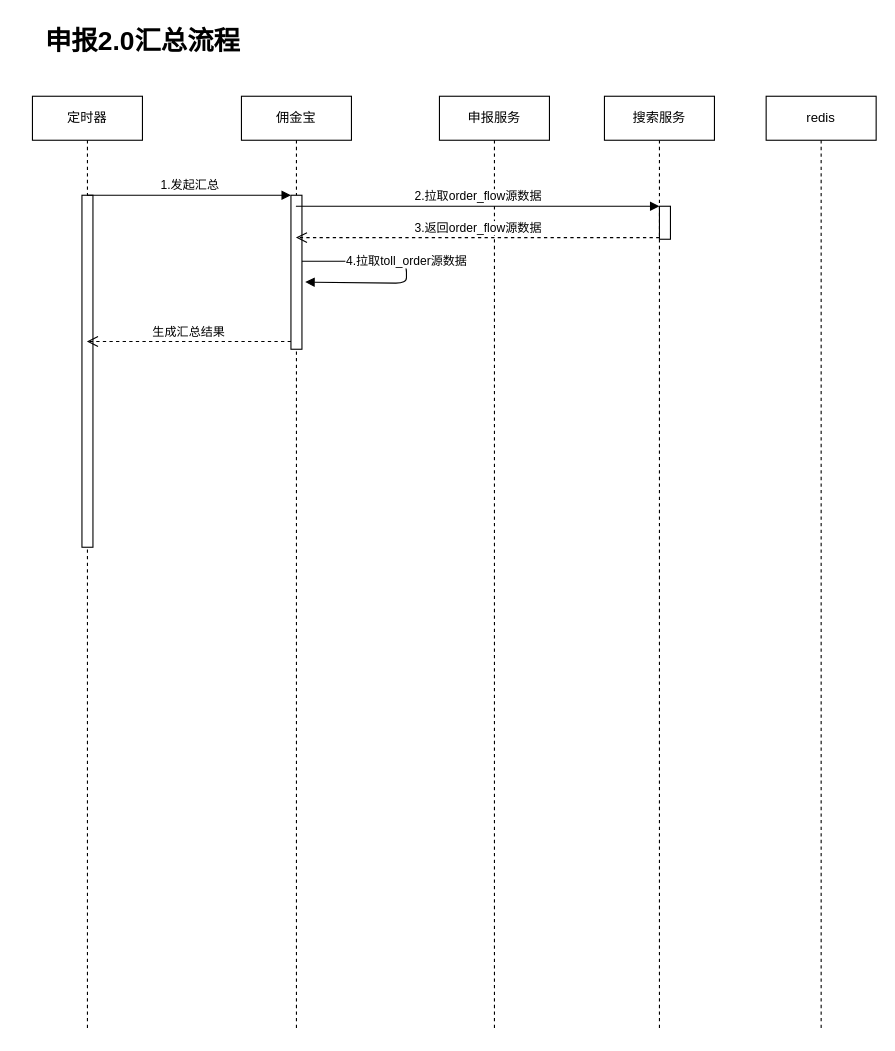
The draw.io diagram page "申报2.0-汇总时序图" (1 of 2) of declare-2.0.drawio in zhuobinchan/my_drow_io, before the edit. Source tidied: cells renumbered, new cells numbered last; positions are measured from the earlier drawing's top-left corner, leaving out a move shared by most shapes. Both pictures are drawn from the tidied source at 110%, with x=0, y=0 at pixel (32, 19).
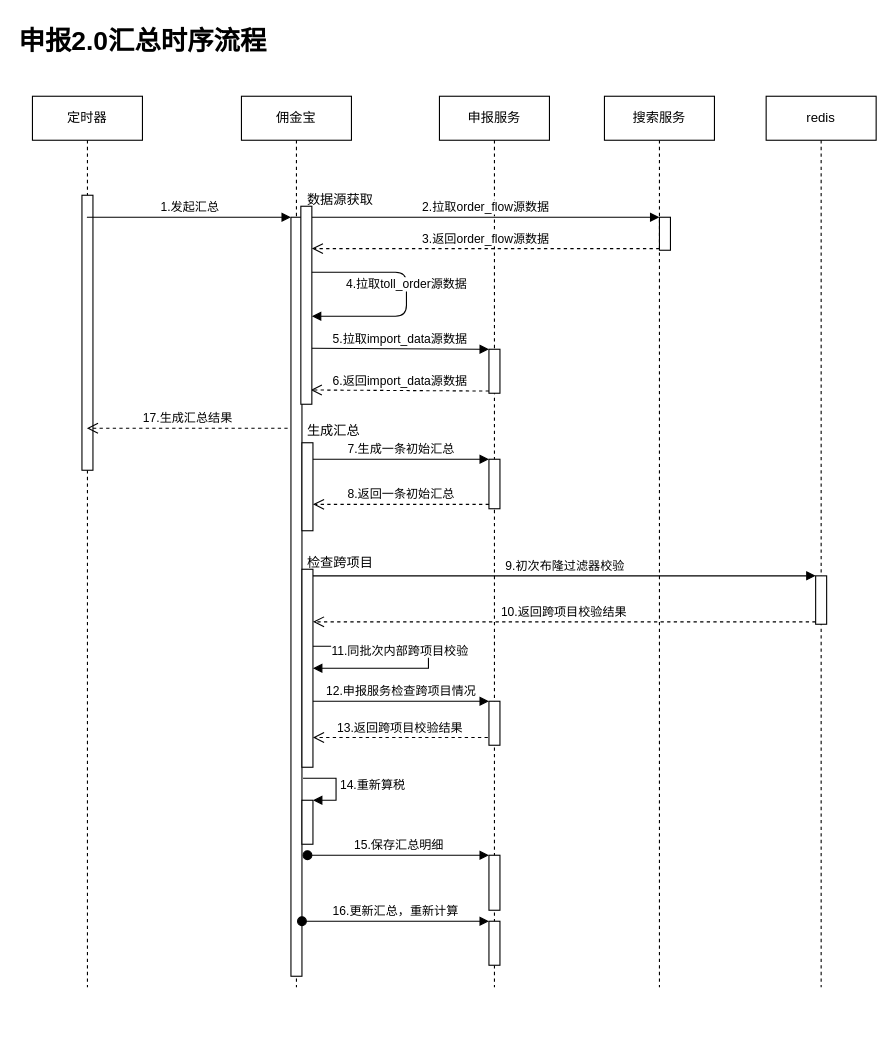
The same diagram, later.

What changed in the source:
```diff
@@
     <mxCell id="2" value="定时器" style="shape=umlLifeline;perimeter=lifelinePerimeter;whiteSpace=wrap;html=1;outlineConnect=0;" parent="1" vertex="1">
-      <mxGeometry y="70" width="100" height="850" as="geometry" />
+      <mxGeometry y="70" width="100" height="810" as="geometry" />
     </mxCell>
     <mxCell id="3" style="html=1;perimeter=orthogonalPerimeter;" parent="2" vertex="1">
-      <mxGeometry x="45" y="90" width="10" height="320" as="geometry" />
+      <mxGeometry x="45" y="90" width="10" height="250" as="geometry" />
     </mxCell>
     <mxCell id="4" value="佣金宝" style="shape=umlLifeline;perimeter=lifelinePerimeter;whiteSpace=wrap;html=1;outlineConnect=0;" parent="1" vertex="1">
-      <mxGeometry x="190" y="70" width="100" height="850" as="geometry" />
+      <mxGeometry x="190" y="70" width="100" height="810" as="geometry" />
     </mxCell>
     <mxCell id="5" style="html=1;points=[];perimeter=orthogonalPerimeter;" parent="4" vertex="1">
-      <mxGeometry x="45" y="90" width="10" height="140" as="geometry" />
+      <mxGeometry x="45" y="110" width="10" height="690" as="geometry" />
     </mxCell>
-    <mxCell id="6" value="4.拉取toll_order源数据" style="html=1;verticalAlign=bottom;endArrow=block;entryX=1.3;entryY=0.564;entryDx=0;entryDy=0;entryPerimeter=0;" parent="4" edge="1" source="5" target="5">
-      <mxGeometry relative="1" as="geometry">
-        <Array as="points">
-          <mxPoint x="150" y="160" />
-        </Array>
-      </mxGeometry>
-    </mxCell>
+    <mxCell id="16" style="html=1;points=[];perimeter=orthogonalPerimeter;" parent="4" vertex="1">
+      <mxGeometry x="55" y="315" width="10" height="80" as="geometry" />
+    </mxCell>
+    <mxCell id="17" style="html=1;points=[];perimeter=orthogonalPerimeter;" parent="4" vertex="1">
+      <mxGeometry x="55" y="430" width="10" height="180" as="geometry" />
+    </mxCell>
+    <mxCell id="18" style="edgeStyle=orthogonalEdgeStyle;html=1;align=left;spacingLeft=2;endArrow=block;rounded=0;" parent="4" edge="1" source="17" target="17">
+      <mxGeometry relative="1" as="geometry">
+        <Array as="points">
+          <mxPoint x="170" y="500" />
+          <mxPoint x="170" y="520" />
+        </Array>
+      </mxGeometry>
+    </mxCell>
+    <mxCell id="19" value="&lt;span style=&quot;text-align: left&quot;&gt;11.同批次内部跨项目校验&lt;/span&gt;" style="edgeLabel;html=1;align=center;verticalAlign=middle;" parent="18" vertex="1">
+      <mxGeometry x="-0.32" y="-3" relative="1" as="geometry" />
+    </mxCell>
+    <mxCell id="20" style="html=1;points=[];perimeter=orthogonalPerimeter;" parent="4" vertex="1">
+      <mxGeometry x="55" y="640" width="10" height="40" as="geometry" />
+    </mxCell>
+    <mxCell id="21" value="14.重新算税" style="edgeStyle=orthogonalEdgeStyle;html=1;align=left;spacingLeft=2;endArrow=block;rounded=0;entryX=1;entryY=0;" parent="4" edge="1" target="20">
+      <mxGeometry relative="1" as="geometry">
+        <mxPoint x="56" y="620" as="sourcePoint" />
+        <Array as="points">
+          <mxPoint x="86" y="620" />
+        </Array>
+      </mxGeometry>
+    </mxCell>
     <mxCell id="7" value="申报服务" style="shape=umlLifeline;perimeter=lifelinePerimeter;whiteSpace=wrap;html=1;" parent="1" vertex="1">
-      <mxGeometry x="370" y="70" width="100" height="850" as="geometry" />
+      <mxGeometry x="370" y="70" width="100" height="810" as="geometry" />
     </mxCell>
+    <mxCell id="22" style="html=1;points=[];perimeter=orthogonalPerimeter;" parent="7" vertex="1">
+      <mxGeometry x="45" y="230" width="10" height="40" as="geometry" />
+    </mxCell>
+    <mxCell id="23" style="html=1;points=[];perimeter=orthogonalPerimeter;" parent="7" vertex="1">
+      <mxGeometry x="45" y="330" width="10" height="45" as="geometry" />
+    </mxCell>
+    <mxCell id="24" style="html=1;points=[];perimeter=orthogonalPerimeter;" parent="7" vertex="1">
+      <mxGeometry x="45" y="550" width="10" height="40" as="geometry" />
+    </mxCell>
+    <mxCell id="25" style="html=1;points=[];perimeter=orthogonalPerimeter;" parent="7" vertex="1">
+      <mxGeometry x="45" y="690" width="10" height="50" as="geometry" />
+    </mxCell>
+    <mxCell id="26" style="html=1;points=[];perimeter=orthogonalPerimeter;" parent="7" vertex="1">
+      <mxGeometry x="45" y="750" width="10" height="40" as="geometry" />
+    </mxCell>
     <mxCell id="8" value="redis" style="shape=umlLifeline;perimeter=lifelinePerimeter;whiteSpace=wrap;html=1;" parent="1" vertex="1">
-      <mxGeometry x="667" y="70" width="100" height="850" as="geometry" />
+      <mxGeometry x="667" y="70" width="100" height="810" as="geometry" />
     </mxCell>
+    <mxCell id="27" style="html=1;points=[];perimeter=orthogonalPerimeter;" parent="8" vertex="1">
+      <mxGeometry x="45" y="436" width="10" height="44" as="geometry" />
+    </mxCell>
-    <mxCell id="9" value="申报2.0汇总流程" style="text;strokeColor=none;fillColor=none;html=1;fontSize=24;fontStyle=1;verticalAlign=middle;align=center;" parent="1" vertex="1">
+    <mxCell id="9" value="申报2.0汇总时序流程" style="text;strokeColor=none;fillColor=none;html=1;fontSize=24;fontStyle=1;verticalAlign=middle;align=center;" parent="1" vertex="1">
       <mxGeometry width="200" height="40" as="geometry" />
     </mxCell>
     <mxCell id="10" value="搜索服务" style="shape=umlLifeline;perimeter=lifelinePerimeter;whiteSpace=wrap;html=1;" parent="1" vertex="1">
-      <mxGeometry x="520" y="70" width="100" height="850" as="geometry" />
+      <mxGeometry x="520" y="70" width="100" height="810" as="geometry" />
     </mxCell>
     <mxCell id="11" style="html=1;points=[];perimeter=orthogonalPerimeter;" parent="10" vertex="1">
-      <mxGeometry x="50" y="100" width="10" height="30" as="geometry" />
+      <mxGeometry x="50" y="110" width="10" height="30" as="geometry" />
     </mxCell>
@@
-    <mxCell id="13" value="生成汇总结果" style="html=1;verticalAlign=bottom;endArrow=open;dashed=1;endSize=8;exitX=0;exitY=0.95;" parent="1" edge="1" source="5" target="2">
+    <mxCell id="13" value="17.生成汇总结果" style="html=1;verticalAlign=bottom;endArrow=open;dashed=1;endSize=8;exitX=-0.3;exitY=0.278;exitDx=0;exitDy=0;exitPerimeter=0;" parent="1" edge="1" source="5" target="2">
       <mxGeometry relative="1" as="geometry" />
     </mxCell>
-    <mxCell id="14" value="3.返回order_flow源数据" style="html=1;verticalAlign=bottom;endArrow=open;dashed=1;endSize=8;exitX=0;exitY=0.95;" parent="1" edge="1" source="11" target="4">
+    <mxCell id="14" value="3.返回order_flow源数据" style="html=1;verticalAlign=bottom;endArrow=open;dashed=1;endSize=8;exitX=0;exitY=0.95;" parent="1" edge="1" source="11" target="30">
       <mxGeometry relative="1" as="geometry" />
     </mxCell>
-    <mxCell id="15" value="2.拉取order_flow源数据" style="html=1;verticalAlign=bottom;endArrow=block;entryX=0;entryY=0;" parent="1" edge="1" source="4" target="11">
+    <mxCell id="15" value="2.拉取order_flow源数据" style="html=1;verticalAlign=bottom;endArrow=block;entryX=0;entryY=0;" parent="1" edge="1" source="30" target="11">
       <mxGeometry relative="1" as="geometry" />
     </mxCell>
+    <mxCell id="28" value="5.拉取import_data源数据" style="html=1;verticalAlign=bottom;endArrow=block;entryX=0;entryY=0;exitX=0.9;exitY=0.717;exitDx=0;exitDy=0;exitPerimeter=0;" parent="1" edge="1" source="30" target="22">
+      <mxGeometry relative="1" as="geometry" />
+    </mxCell>
+    <mxCell id="29" value="6.返回import_data源数据" style="html=1;verticalAlign=bottom;endArrow=open;dashed=1;endSize=8;exitX=0;exitY=0.95;entryX=0.9;entryY=0.928;entryDx=0;entryDy=0;entryPerimeter=0;" parent="1" edge="1" source="22" target="30">
+      <mxGeometry relative="1" as="geometry" />
+    </mxCell>
+    <mxCell id="30" style="html=1;points=[];perimeter=orthogonalPerimeter;" parent="1" vertex="1">
+      <mxGeometry x="244" y="170" width="10" height="180" as="geometry" />
+    </mxCell>
+    <mxCell id="6" value="4.拉取toll_order源数据" style="html=1;verticalAlign=bottom;endArrow=block;" parent="1" edge="1" source="30" target="30">
+      <mxGeometry relative="1" as="geometry">
+        <Array as="points">
+          <mxPoint x="340" y="230" />
+          <mxPoint x="340" y="270" />
+        </Array>
+      </mxGeometry>
+    </mxCell>
+    <mxCell id="31" value="数据源获取" style="text;strokeColor=none;fillColor=none;align=left;verticalAlign=top;spacingLeft=4;spacingRight=4;overflow=hidden;" parent="1" vertex="1">
+      <mxGeometry x="244" y="150" width="100" height="26" as="geometry" />
+    </mxCell>
+    <mxCell id="32" value="生成汇总" style="text;strokeColor=none;fillColor=none;align=left;verticalAlign=top;spacingLeft=4;spacingRight=4;overflow=hidden;" parent="1" vertex="1">
+      <mxGeometry x="244" y="360" width="100" height="26" as="geometry" />
+    </mxCell>
+    <mxCell id="33" value="7.生成一条初始汇总" style="html=1;verticalAlign=bottom;endArrow=block;entryX=0;entryY=0;" parent="1" edge="1" source="16" target="23">
+      <mxGeometry relative="1" as="geometry" />
+    </mxCell>
+    <mxCell id="34" value="8.返回一条初始汇总" style="html=1;verticalAlign=bottom;endArrow=open;dashed=1;endSize=8;entryX=1;entryY=0.7;entryDx=0;entryDy=0;entryPerimeter=0;" parent="1" edge="1" source="23" target="16">
+      <mxGeometry relative="1" as="geometry" />
+    </mxCell>
+    <mxCell id="35" value="检查跨项目" style="text;strokeColor=none;fillColor=none;align=left;verticalAlign=top;spacingLeft=4;spacingRight=4;overflow=hidden;" parent="1" vertex="1">
+      <mxGeometry x="244" y="480" width="100" height="26" as="geometry" />
+    </mxCell>
+    <mxCell id="36" value="9.初次布隆过滤器校验" style="html=1;verticalAlign=bottom;endArrow=block;entryX=0;entryY=0;" parent="1" edge="1" source="17" target="27">
+      <mxGeometry relative="1" as="geometry" />
+    </mxCell>
+    <mxCell id="37" value="10.返回跨项目校验结果" style="html=1;verticalAlign=bottom;endArrow=open;dashed=1;endSize=8;exitX=0;exitY=0.95;" parent="1" edge="1" source="27" target="17">
+      <mxGeometry relative="1" as="geometry" />
+    </mxCell>
+    <mxCell id="38" value="13.返回跨项目校验结果" style="html=1;verticalAlign=bottom;endArrow=open;dashed=1;endSize=8;exitX=-0.1;exitY=0.825;exitDx=0;exitDy=0;exitPerimeter=0;" parent="1" edge="1" source="24" target="17">
+      <mxGeometry relative="1" as="geometry" />
+    </mxCell>
+    <mxCell id="39" value="12.申报服务检查跨项目情况" style="html=1;verticalAlign=bottom;endArrow=block;entryX=0;entryY=0;" parent="1" edge="1" target="24">
+      <mxGeometry relative="1" as="geometry">
+        <mxPoint x="255" y="620" as="sourcePoint" />
+      </mxGeometry>
+    </mxCell>
+    <mxCell id="40" value="15.保存汇总明细" style="html=1;verticalAlign=bottom;startArrow=oval;endArrow=block;startSize=8;" parent="1" edge="1" target="25">
+      <mxGeometry relative="1" as="geometry">
+        <mxPoint x="250" y="760" as="sourcePoint" />
+      </mxGeometry>
+    </mxCell>
+    <mxCell id="41" value="16.更新汇总，重新计算" style="html=1;verticalAlign=bottom;startArrow=oval;endArrow=block;startSize=8;" parent="1" edge="1" source="5" target="26">
+      <mxGeometry relative="1" as="geometry" />
+    </mxCell>
```
